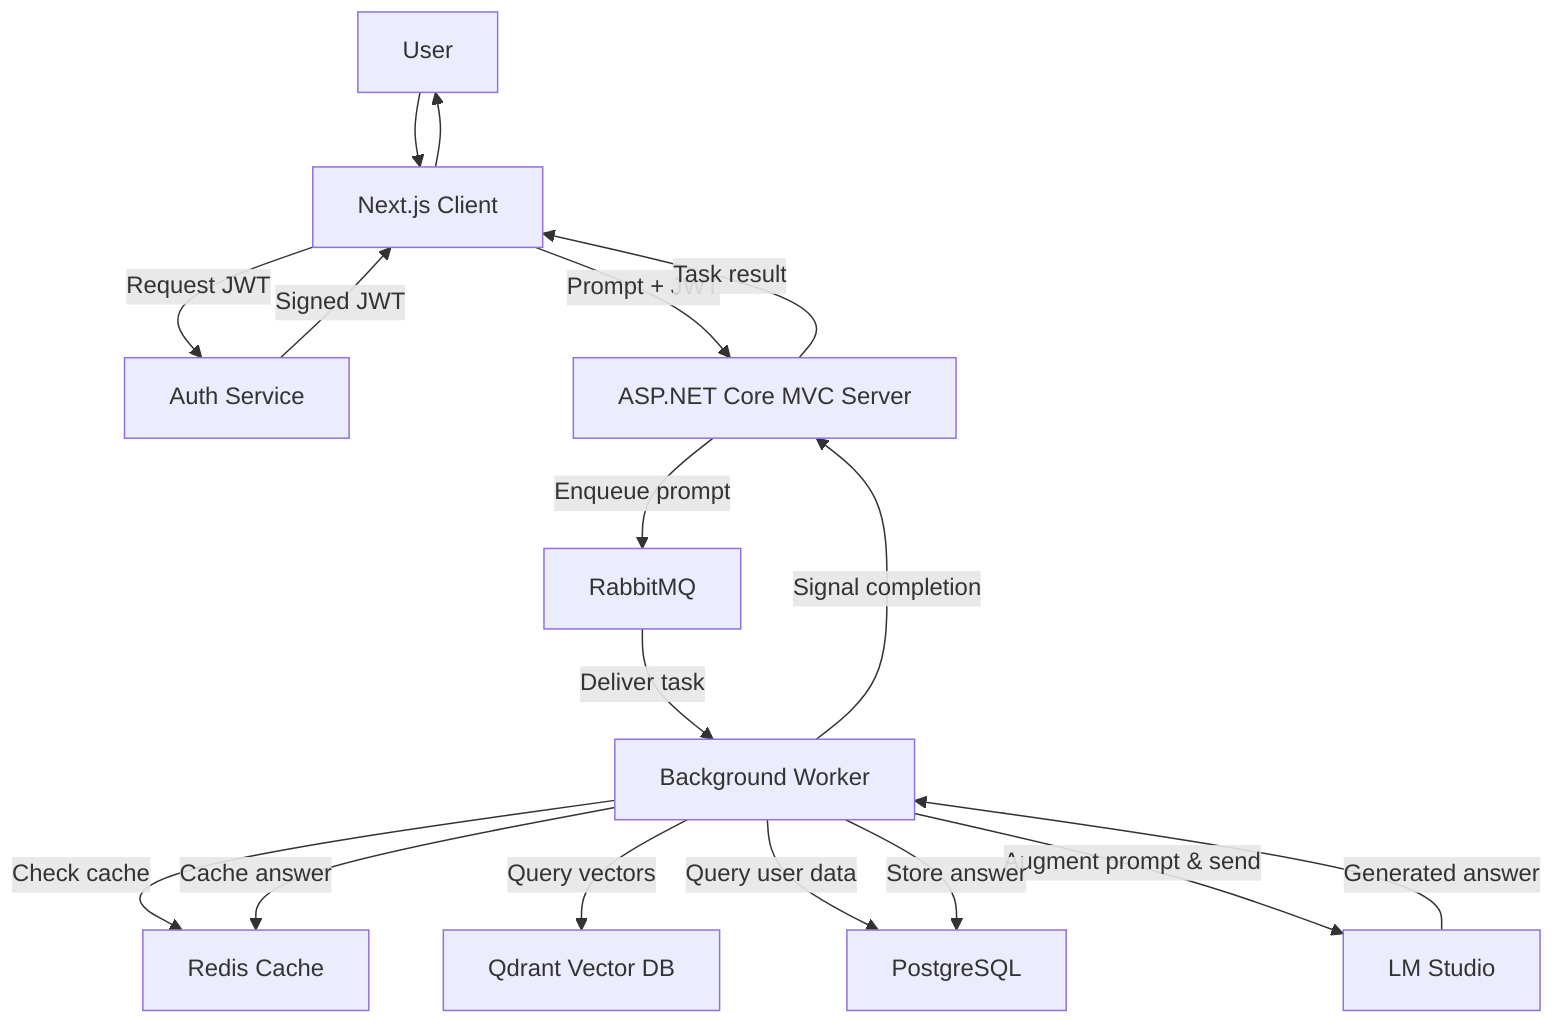
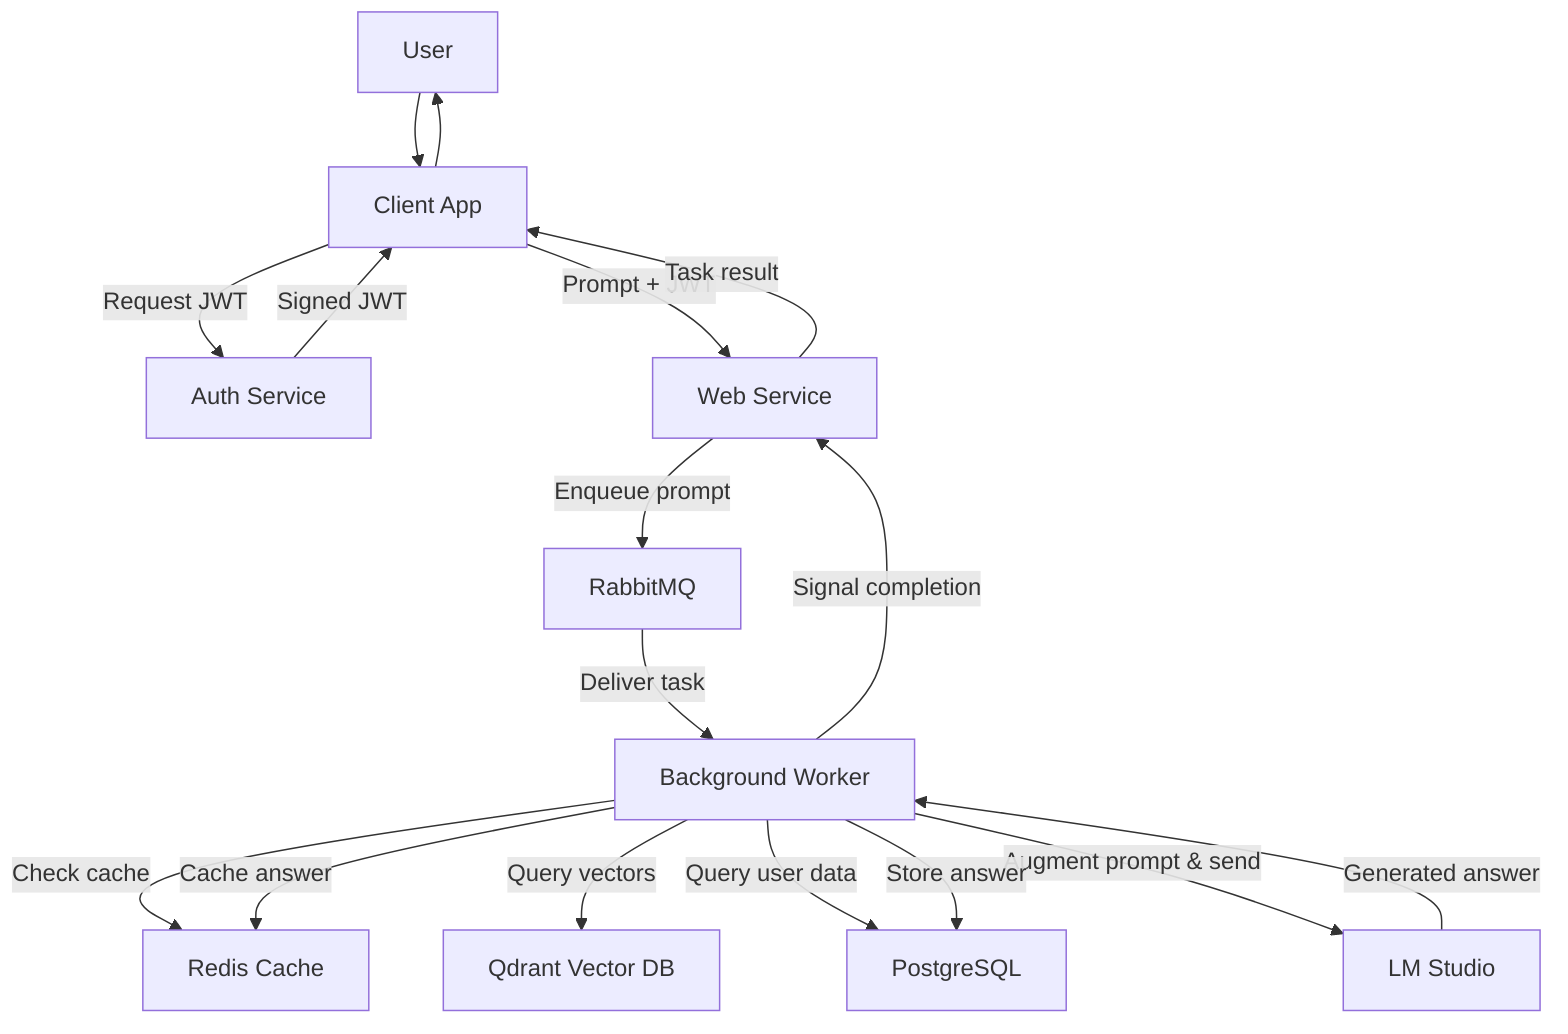
graph TD
-     User-->Client[Next.js Client]
+     User-->Client[Client App]
    Client-- Request JWT -->Auth[Auth Service]
    Auth-- Signed JWT -->Client
-     Client-- Prompt + JWT -->Api[ASP.NET Core MVC Server]
+     Client-- Prompt + JWT -->Api[Web Service]
    Api-- Enqueue prompt -->Broker[RabbitMQ]
    Broker-- Deliver task -->Worker[Background Worker]
    Worker-- Check cache -->Redis[Redis Cache]
    Worker-- Query vectors -->Qdrant[Qdrant Vector DB]
    Worker-- Query user data -->Postgres[PostgreSQL]
    Worker-- Augment prompt & send -->LM[LM Studio]
    LM-- Generated answer -->Worker
    Worker-- Store answer -->Postgres
    Worker-- Cache answer -->Redis
    Worker-- Signal completion -->Api
    Api-- Task result -->Client
    Client-->User
